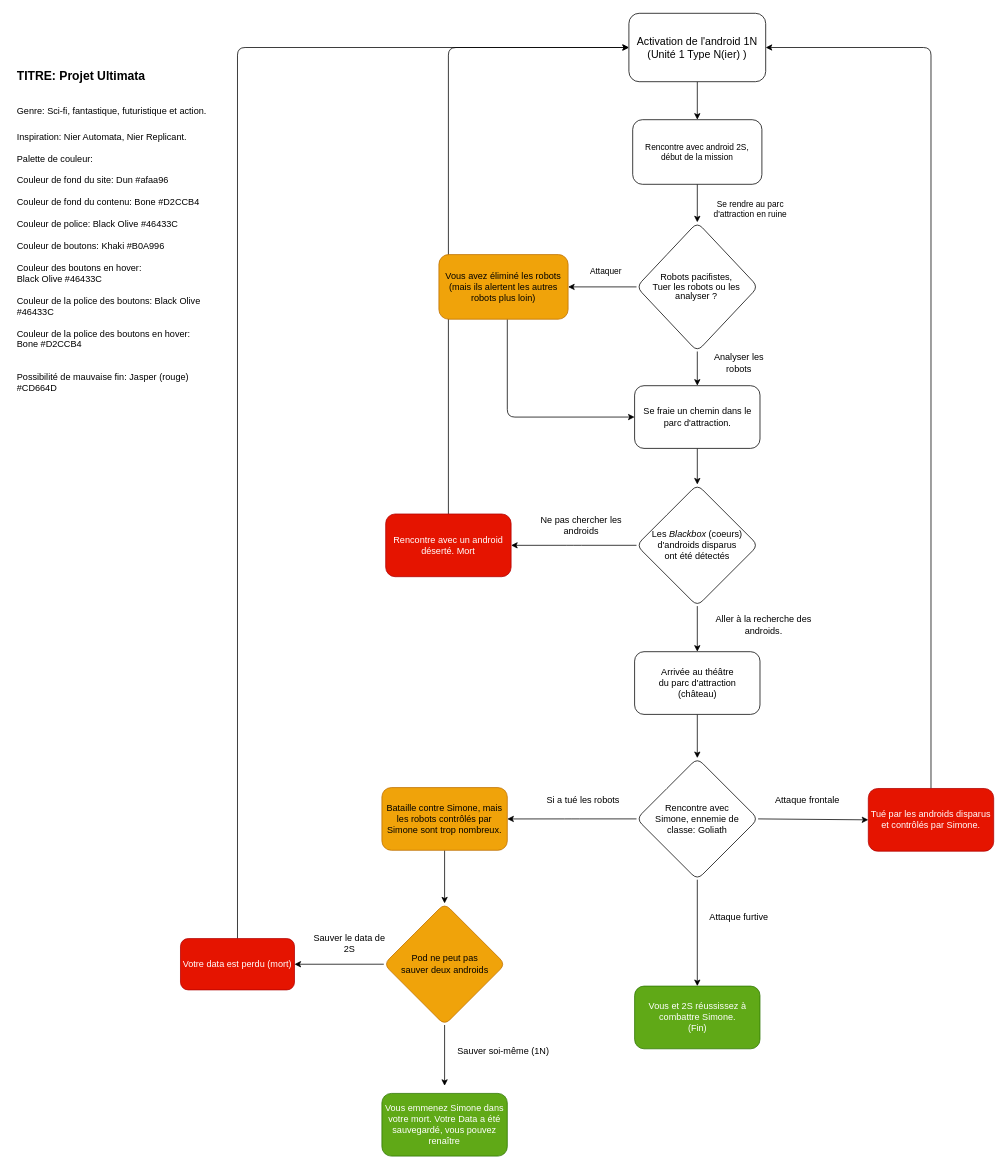
The draw.io diagram assets/schema.drawio in KenzaElHarrif/ELHARRIF-KENZA-vous-etes-le-heros-PROJET-ULTIMATA, before the edit. Source tidied: cells renumbered, new cells numbered last; positions are measured from the earlier drawing's top-left corner, leaving out a move shared by most shapes. Both pictures are drawn from the tidied source at 76%, with x=0, y=0 at pixel (13, 13).
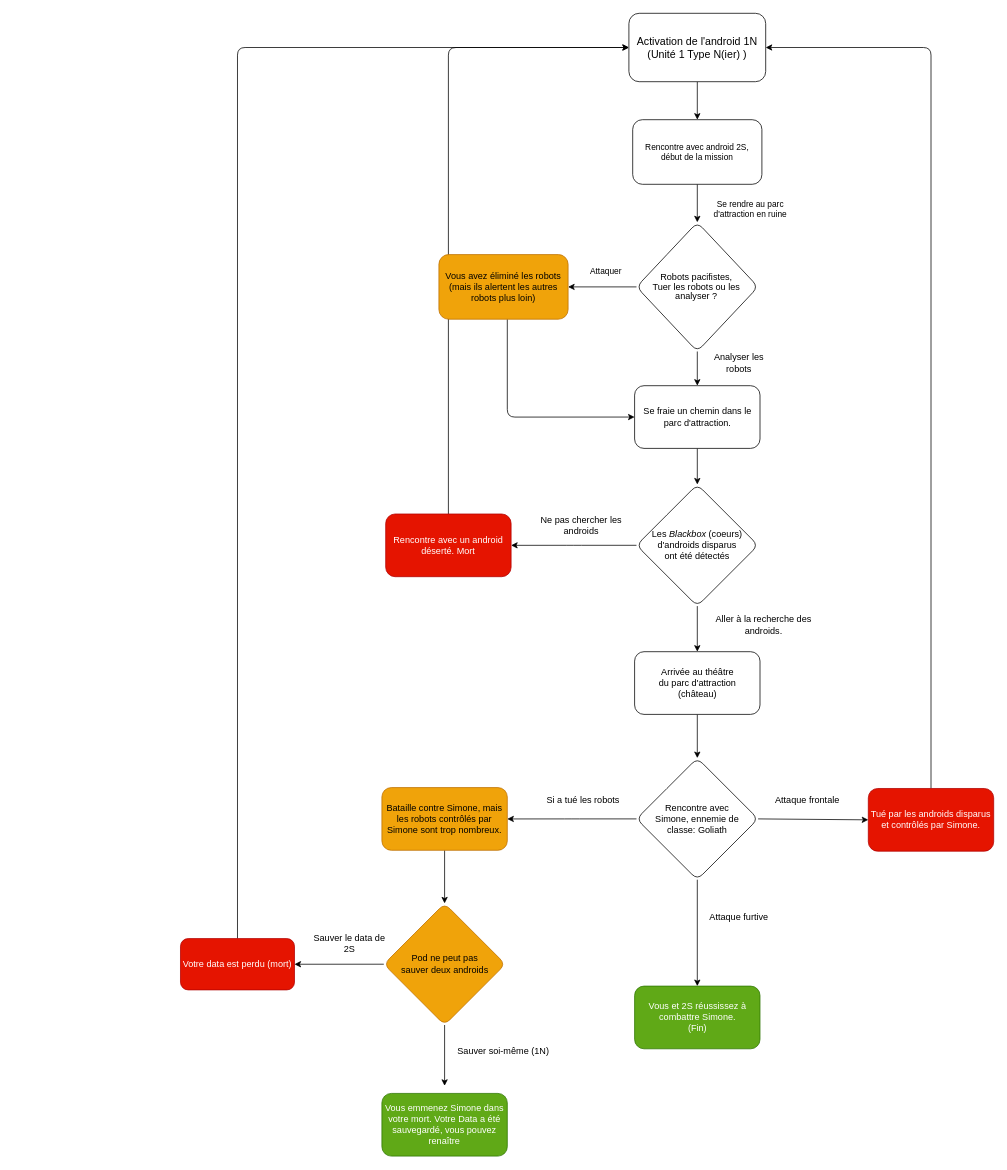
Above is the later version.

Commit message (it also covers changes not shown here):
changement du schéma pour format png

The edit, as a diff of the source:
```diff
@@
-    <mxCell id="2" value="&lt;h1&gt;&lt;span style=&quot;background-color: initial;&quot;&gt;&lt;font style=&quot;font-size: 16px;&quot;&gt;TITRE: Projet Ultimata&lt;/font&gt;&lt;/span&gt;&lt;/h1&gt;&lt;h1&gt;&lt;span style=&quot;background-color: initial; font-size: 12px; font-weight: normal;&quot;&gt;Genre: Sci-fi, fantastique, futuristique et action.&lt;/span&gt;&lt;/h1&gt;&lt;div&gt;&lt;span style=&quot;background-color: initial; font-size: 12px; font-weight: normal;&quot;&gt;Inspiration: Nier Automata, Nier Replicant.&lt;/span&gt;&lt;/div&gt;&lt;div&gt;&lt;span style=&quot;background-color: initial; font-size: 12px; font-weight: normal;&quot;&gt;&lt;br&gt;&lt;/span&gt;&lt;/div&gt;&lt;div&gt;Palette de couleur:&lt;/div&gt;&lt;div&gt;&lt;br&gt;&lt;/div&gt;&lt;div&gt;Couleur de fond du site: Dun #afaa96&lt;/div&gt;&lt;div&gt;&lt;br&gt;&lt;/div&gt;&lt;div&gt;Couleur de fond du contenu: Bone #D2CCB4&lt;/div&gt;&lt;div&gt;&lt;br&gt;&lt;/div&gt;&lt;div&gt;Couleur de police: Black Olive #46433C&lt;/div&gt;&lt;div&gt;&lt;br&gt;&lt;/div&gt;&lt;div&gt;Couleur de boutons: Khaki #B0A996&lt;/div&gt;&lt;div&gt;&lt;br&gt;&lt;/div&gt;&lt;div&gt;Couleur des boutons en hover:&amp;nbsp;&lt;/div&gt;Black Olive #46433C&lt;div&gt;&lt;br&gt;&lt;/div&gt;&lt;div&gt;Couleur de la police des boutons: Black Olive #46433C&lt;/div&gt;&lt;div&gt;&lt;br&gt;&lt;/div&gt;&lt;div&gt;Couleur de la police des boutons en hover:&lt;/div&gt;Bone #D2CCB4&lt;div&gt;&amp;nbsp;&lt;/div&gt;&lt;div&gt;&lt;br&gt;&lt;/div&gt;&lt;div&gt;Possibilité de mauvaise fin: Jasper (rouge) #CD664D&lt;/div&gt;" style="text;html=1;strokeColor=none;fillColor=none;spacing=5;spacingTop=-20;whiteSpace=wrap;overflow=hidden;rounded=1;" parent="1" vertex="1">
-      <mxGeometry y="60" width="260" height="480" as="geometry" />
-    </mxCell>
```
